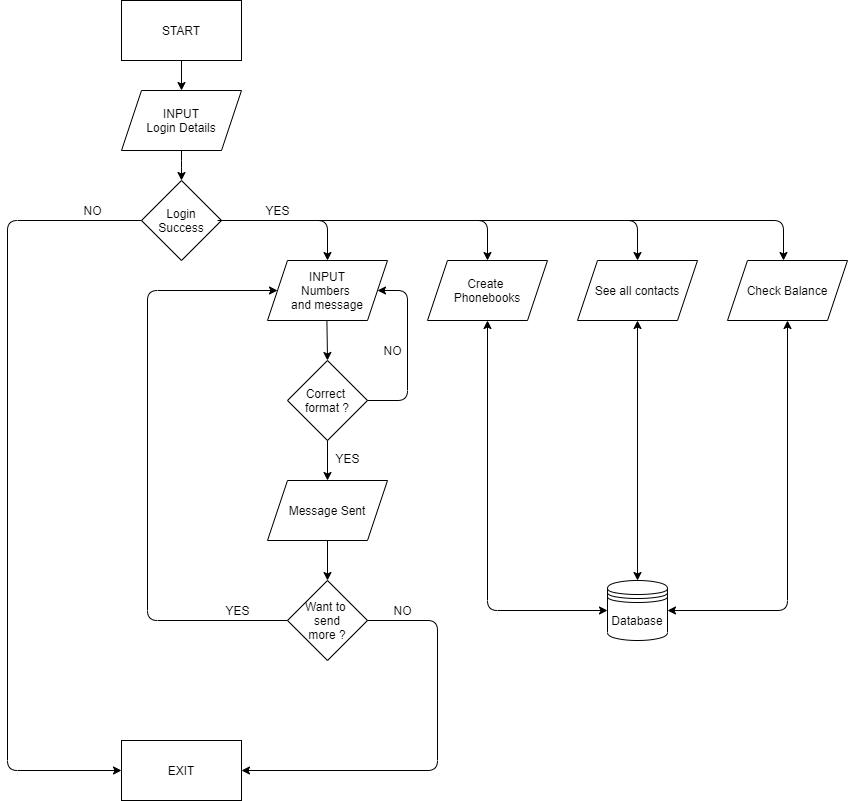
Earlier version of the draw.io export flowchart.png (blackfire7/Story). Source tidied: cells renumbered, new cells last; positions are measured from the earlier drawing's top-left corner, leaving out a move shared by most shapes.
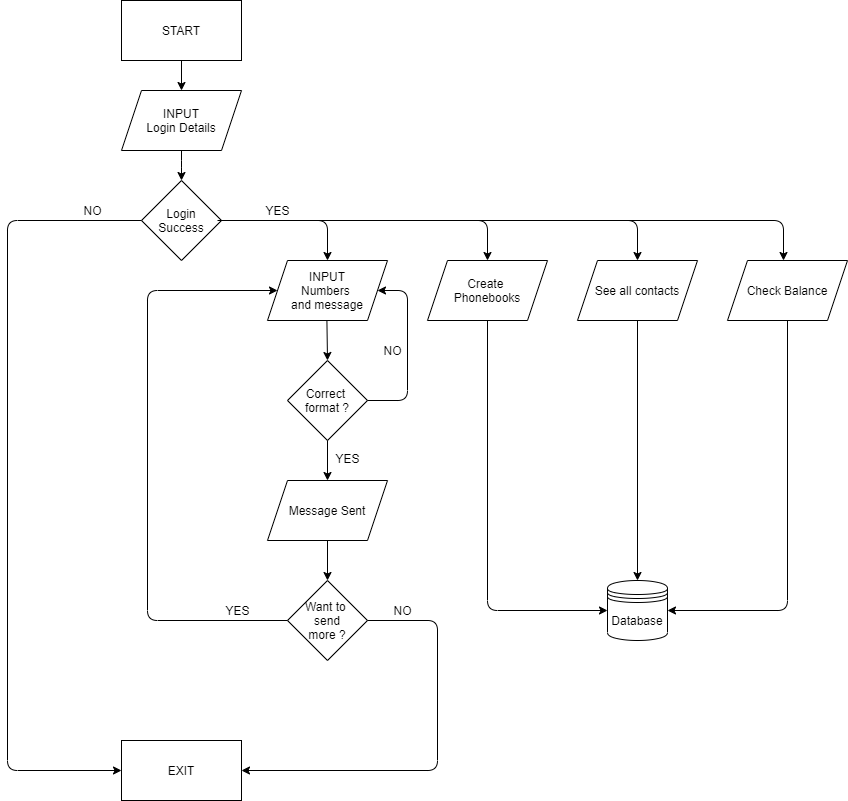
Above is the later version.

Change to the diagram source:
```diff
@@ -128,16 +128,6 @@
     <mxCell id="30" value="Database" style="shape=datastore;whiteSpace=wrap;html=1;" parent="1" vertex="1">
       <mxGeometry x="600" y="580" width="60" height="60" as="geometry" />
     </mxCell>
-    <mxCell id="31" style="endArrow=classic;startArrow=classic;html=1;entryX=0.5;entryY=1;entryDx=0;entryDy=0;exitX=0.5;exitY=0;exitDx=0;exitDy=0;" parent="1" edge="1" source="30" target="25">
-      <mxGeometry relative="1" as="geometry" />
-    </mxCell>
-    <mxCell id="32" style="endArrow=classic;startArrow=classic;html=1;entryX=0.5;entryY=1;entryDx=0;entryDy=0;exitX=1;exitY=0.5;exitDx=0;exitDy=0;" parent="1" edge="1" source="30" target="26">
-      <mxGeometry relative="1" as="geometry">
-        <Array as="points">
-          <mxPoint x="780" y="610" />
-        </Array>
-      </mxGeometry>
-    </mxCell>
     <mxCell id="33" style="endArrow=classic;html=1;entryX=1;entryY=0.5;entryDx=0;entryDy=0;exitX=1;exitY=0.5;exitDx=0;exitDy=0;" parent="1" edge="1" source="7" target="6">
       <mxGeometry relative="1" as="geometry">
         <Array as="points">
@@ -149,12 +139,23 @@
     <mxCell id="34" value="NO" style="text;html=1;align=center;verticalAlign=middle;" parent="1" vertex="1">
       <mxGeometry x="370" y="340" width="30" height="20" as="geometry" />
     </mxCell>
-    <mxCell id="35" style="endArrow=classic;startArrow=classic;html=1;entryX=0.5;entryY=1;entryDx=0;entryDy=0;exitX=0;exitY=0.5;exitDx=0;exitDy=0;" parent="1" edge="1" source="30" target="24">
-      <mxGeometry relative="1" as="geometry">
-        <Array as="points">
-          <mxPoint x="480" y="610" />
-        </Array>
-      </mxGeometry>
-    </mxCell>
+    <mxCell id="36" style="endArrow=classic;html=1;entryX=0.5;entryY=0;entryDx=0;entryDy=0;exitX=0.5;exitY=1;exitDx=0;exitDy=0;" parent="1" edge="1" source="25" target="30">
+      <mxGeometry relative="1" as="geometry" />
+    </mxCell>
+    <mxCell id="37" style="endArrow=classic;html=1;entryX=1;entryY=0.5;entryDx=0;entryDy=0;exitX=0.5;exitY=1;exitDx=0;exitDy=0;" parent="1" edge="1" source="26" target="30">
+      <mxGeometry relative="1" as="geometry">
+        <Array as="points">
+          <mxPoint x="780" y="610" />
+        </Array>
+      </mxGeometry>
+    </mxCell>
+    <mxCell id="38" style="endArrow=classic;html=1;entryX=0;entryY=0.5;entryDx=0;entryDy=0;exitX=0.5;exitY=1;exitDx=0;exitDy=0;" parent="1" edge="1" target="30">
+      <mxGeometry relative="1" as="geometry">
+        <mxPoint x="480" y="320" as="sourcePoint" />
+        <Array as="points">
+          <mxPoint x="480" y="610" />
+        </Array>
+      </mxGeometry>
+    </mxCell>
   </root>
 </mxGraphModel>
```
